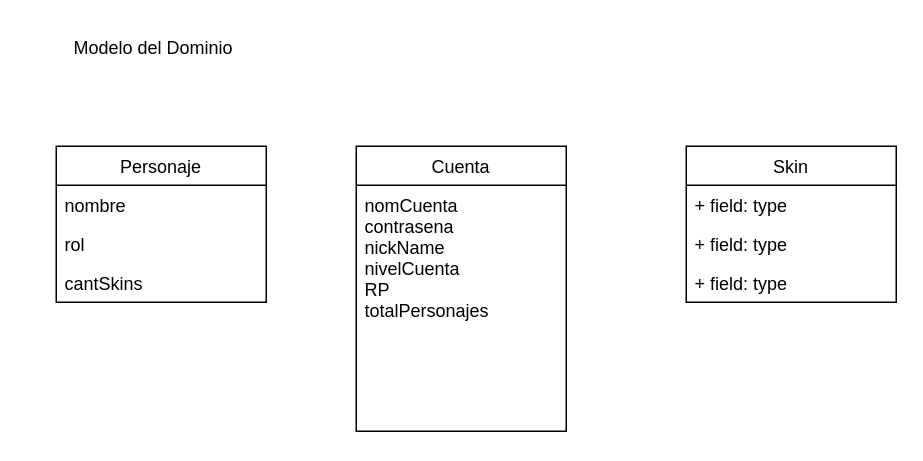
CriScarFace/Taller_1 keeps this draw.io diagram as taller1modelodeldominio.drawio. Above is the earlier version. Source tidied: cells renumbered, new cells numbered last; positions are measured from the earlier drawing's top-left corner, leaving out a move shared by most shapes. Both pictures are drawn from the tidied source at 150%, with x=0, y=0 at pixel (26, 26).
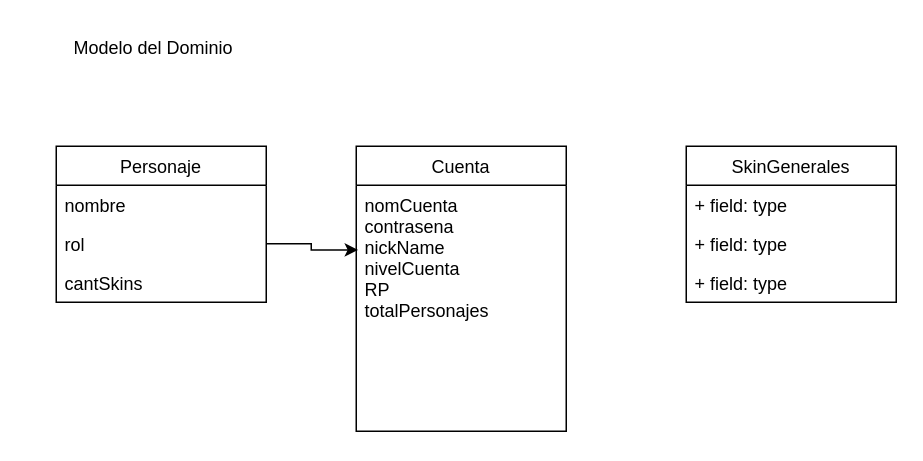
After the change.

The edit, as a diff of the source:
```diff
@@
 <mxGraphModel>
   <root>
     <mxCell id="0" />
     <mxCell id="1" parent="0" />
     <mxCell id="2" value="Personaje" style="swimlane;fontStyle=0;horizontal=1;startSize=26;fillColor=none;" parent="1" vertex="1">
       <mxGeometry x="20" y="80" width="140" height="104" as="geometry" />
     </mxCell>
     <mxCell id="3" value="nombre" style="text;strokeColor=none;fillColor=none;align=left;verticalAlign=top;spacingLeft=4;spacingRight=4;overflow=hidden;" parent="2" vertex="1">
       <mxGeometry y="26" width="140" height="26" as="geometry" />
     </mxCell>
     <mxCell id="4" value="rol" style="text;strokeColor=none;fillColor=none;align=left;verticalAlign=top;spacingLeft=4;spacingRight=4;overflow=hidden;points=[[0,0.5],[1,0.5]];portConstraint=eastwest;" parent="2" vertex="1">
       <mxGeometry y="52" width="140" height="26" as="geometry" />
     </mxCell>
     <mxCell id="5" value="cantSkins" style="text;strokeColor=none;fillColor=none;align=left;verticalAlign=top;spacingLeft=4;spacingRight=4;overflow=hidden;" parent="2" vertex="1">
       <mxGeometry y="78" width="140" height="26" as="geometry" />
     </mxCell>
     <mxCell id="6" value="Modelo del Dominio&lt;br&gt;" style="text;html=1;strokeColor=none;fillColor=none;align=center;verticalAlign=middle;whiteSpace=wrap;rounded=0;" parent="1" vertex="1">
       <mxGeometry width="170" height="30" as="geometry" />
     </mxCell>
     <mxCell id="7" value="Cuenta" style="swimlane;fontStyle=0;horizontal=1;startSize=26;fillColor=none;" parent="1" vertex="1">
       <mxGeometry x="220" y="80" width="140" height="190" as="geometry" />
     </mxCell>
     <mxCell id="8" value="nomCuenta&#10;contrasena&#10;nickName&#10;nivelCuenta&#10;RP&#10;totalPersonajes&#10;" style="text;strokeColor=none;fillColor=none;align=left;verticalAlign=top;spacingLeft=4;spacingRight=4;overflow=hidden;points=[[0,0.5],[1,0.5]];portConstraint=eastwest;" parent="7" vertex="1">
       <mxGeometry y="26" width="140" height="164" as="geometry" />
     </mxCell>
-    <mxCell id="9" value="Skin" style="swimlane;fontStyle=0;horizontal=1;startSize=26;fillColor=none;" parent="1" vertex="1">
+    <mxCell id="9" value="SkinGenerales" style="swimlane;fontStyle=0;horizontal=1;startSize=26;fillColor=none;" parent="1" vertex="1">
       <mxGeometry x="440" y="80" width="140" height="104" as="geometry" />
     </mxCell>
     <mxCell id="10" value="+ field: type" style="text;strokeColor=none;fillColor=none;align=left;verticalAlign=top;spacingLeft=4;spacingRight=4;overflow=hidden;" parent="9" vertex="1">
       <mxGeometry y="26" width="140" height="26" as="geometry" />
     </mxCell>
     <mxCell id="11" value="+ field: type" style="text;strokeColor=none;fillColor=none;align=left;verticalAlign=top;spacingLeft=4;spacingRight=4;overflow=hidden;" parent="9" vertex="1">
       <mxGeometry y="52" width="140" height="26" as="geometry" />
     </mxCell>
     <mxCell id="12" value="+ field: type" style="text;strokeColor=none;fillColor=none;align=left;verticalAlign=top;spacingLeft=4;spacingRight=4;overflow=hidden;" parent="9" vertex="1">
       <mxGeometry y="78" width="140" height="26" as="geometry" />
     </mxCell>
+    <mxCell id="13" style="edgeStyle=orthogonalEdgeStyle;rounded=0;jettySize=auto;html=1;entryX=0.009;entryY=0.263;entryDx=0;entryDy=0;entryPerimeter=0;" parent="1" edge="1" source="4" target="8">
+      <mxGeometry relative="1" as="geometry" />
+    </mxCell>
   </root>
 </mxGraphModel>
```
